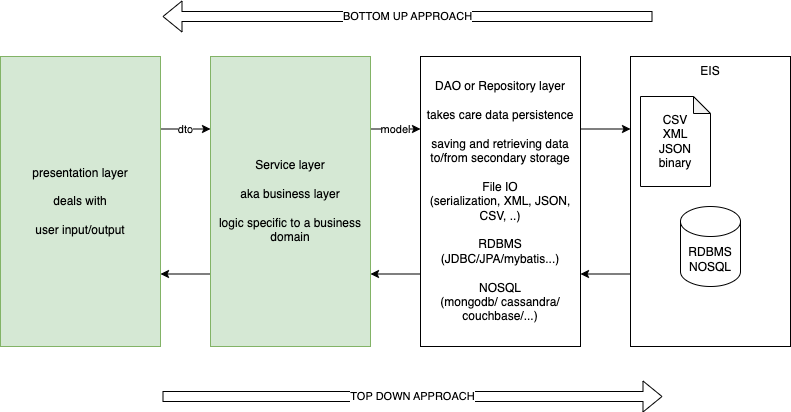
Above: customer-dashboard/concept.dio.png in vinod-kayartaya/upcurve-pe-2024 (draw.io), before the change. Source tidied: cells renumbered, new cells last; positions are measured from the earlier drawing's top-left corner, leaving out a move shared by most shapes.
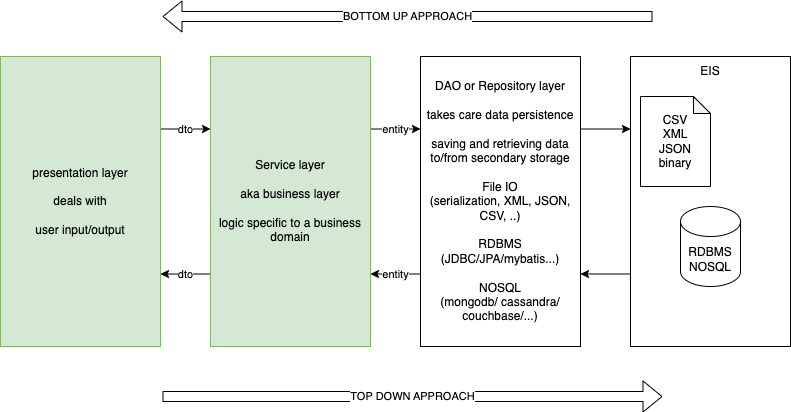
Later version of the same file.

Change to the diagram source:
```diff
@@ -8,16 +8,16 @@
     <mxCell id="3" value="presentation layer&lt;br&gt;&lt;br&gt;deals with&lt;br&gt;&lt;br&gt;user input/output" style="rounded=0;whiteSpace=wrap;html=1;fillColor=#d5e8d4;strokeColor=#82b366;" parent="1" vertex="1">
       <mxGeometry y="40" width="160" height="290" as="geometry" />
     </mxCell>
-    <mxCell id="4" value="model" style="edgeStyle=none;html=1;exitX=1;exitY=0.25;exitDx=0;exitDy=0;entryX=0;entryY=0.25;entryDx=0;entryDy=0;" parent="1" edge="1" source="6" target="9">
+    <mxCell id="4" value="entity" style="edgeStyle=none;html=1;exitX=1;exitY=0.25;exitDx=0;exitDy=0;entryX=0;entryY=0.25;entryDx=0;entryDy=0;" parent="1" edge="1" source="6" target="9">
       <mxGeometry relative="1" as="geometry" />
     </mxCell>
-    <mxCell id="5" style="edgeStyle=none;html=1;exitX=0;exitY=0.75;exitDx=0;exitDy=0;entryX=1;entryY=0.75;entryDx=0;entryDy=0;" parent="1" edge="1" source="6" target="3">
+    <mxCell id="5" value="dto" style="edgeStyle=none;html=1;exitX=0;exitY=0.75;exitDx=0;exitDy=0;entryX=1;entryY=0.75;entryDx=0;entryDy=0;" parent="1" edge="1" source="6" target="3">
       <mxGeometry relative="1" as="geometry" />
     </mxCell>
     <mxCell id="6" value="Service layer&lt;br&gt;&lt;br&gt;aka business layer&lt;br&gt;&lt;br&gt;logic specific to a business domain" style="rounded=0;whiteSpace=wrap;html=1;fillColor=#d5e8d4;strokeColor=#82b366;" parent="1" vertex="1">
       <mxGeometry x="210" y="40" width="160" height="290" as="geometry" />
     </mxCell>
-    <mxCell id="7" style="edgeStyle=none;html=1;exitX=0;exitY=0.75;exitDx=0;exitDy=0;entryX=1;entryY=0.75;entryDx=0;entryDy=0;" parent="1" edge="1" source="9" target="6">
+    <mxCell id="7" value="entity" style="edgeStyle=none;html=1;exitX=0;exitY=0.75;exitDx=0;exitDy=0;entryX=1;entryY=0.75;entryDx=0;entryDy=0;" parent="1" edge="1" source="9" target="6">
       <mxGeometry relative="1" as="geometry" />
     </mxCell>
     <mxCell id="8" style="edgeStyle=none;html=1;exitX=1;exitY=0.25;exitDx=0;exitDy=0;entryX=0;entryY=0.25;entryDx=0;entryDy=0;" parent="1" edge="1" source="9" target="11">
```
